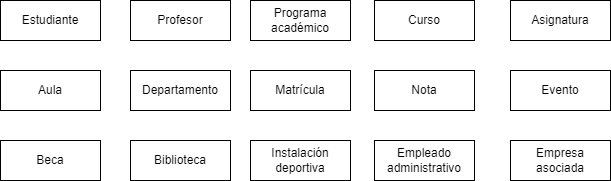
Above: modelo-er/Modelo ER.drawio.png in RafaelMayor/proyectoBBDD (draw.io), before the change. Source tidied: cells renumbered, new cells last; positions are measured from the earlier drawing's top-left corner, leaving out a move shared by most shapes.
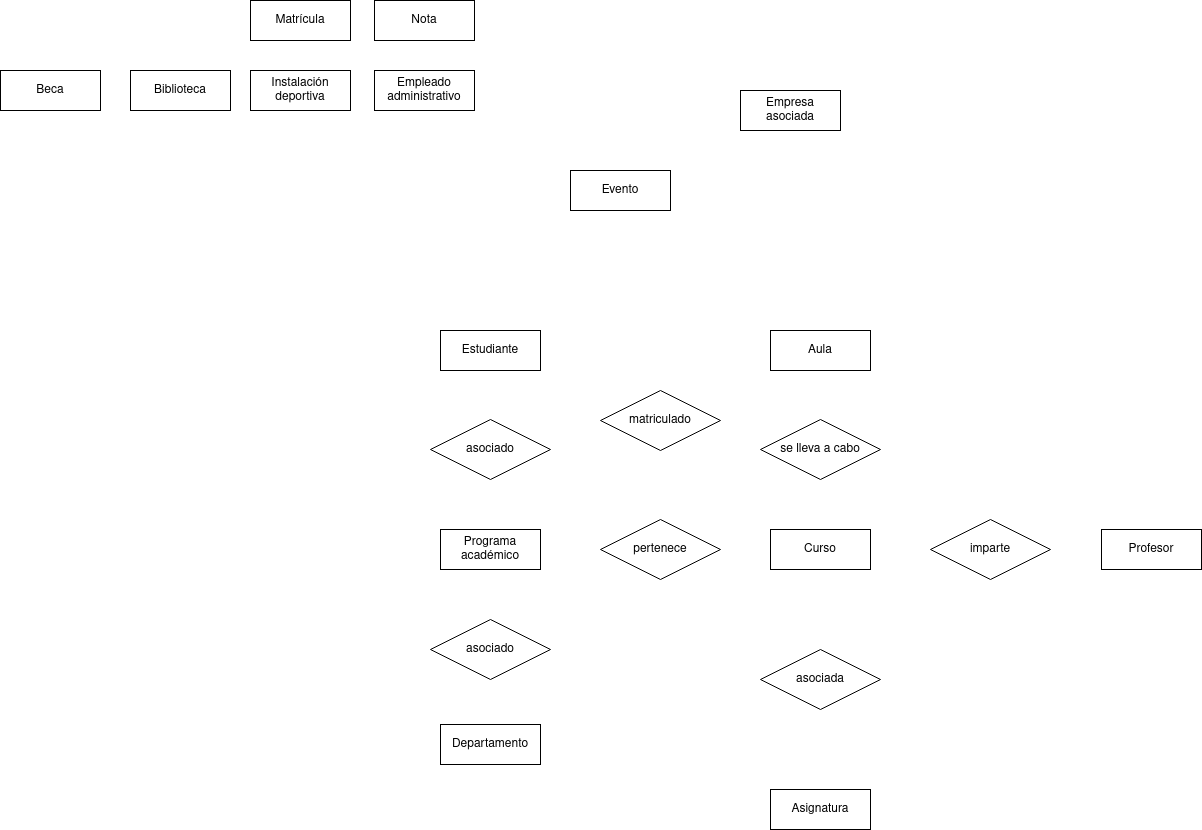
The same file after the commit.

What changed in the source:
```diff
@@ -3,25 +3,25 @@
     <mxCell id="0" />
     <mxCell id="1" parent="0" />
     <mxCell id="2" value="Estudiante" style="whiteSpace=wrap;html=1;align=center;" parent="1" vertex="1">
-      <mxGeometry width="100" height="40" as="geometry" />
+      <mxGeometry x="440" y="400" width="100" height="40" as="geometry" />
     </mxCell>
     <mxCell id="3" value="Profesor" style="whiteSpace=wrap;html=1;align=center;" parent="1" vertex="1">
-      <mxGeometry x="130" width="100" height="40" as="geometry" />
+      <mxGeometry x="1101" y="599" width="100" height="40" as="geometry" />
     </mxCell>
     <mxCell id="4" value="Programa académico" style="whiteSpace=wrap;html=1;align=center;" parent="1" vertex="1">
-      <mxGeometry x="250" width="100" height="40" as="geometry" />
+      <mxGeometry x="440" y="599" width="100" height="40" as="geometry" />
     </mxCell>
     <mxCell id="5" value="Curso" style="whiteSpace=wrap;html=1;align=center;" parent="1" vertex="1">
-      <mxGeometry x="374" width="100" height="40" as="geometry" />
+      <mxGeometry x="770" y="599" width="100" height="40" as="geometry" />
     </mxCell>
     <mxCell id="6" value="Asignatura" style="whiteSpace=wrap;html=1;align=center;" parent="1" vertex="1">
-      <mxGeometry x="510" width="100" height="40" as="geometry" />
+      <mxGeometry x="770" y="859" width="100" height="40" as="geometry" />
     </mxCell>
     <mxCell id="7" value="Aula" style="whiteSpace=wrap;html=1;align=center;" parent="1" vertex="1">
-      <mxGeometry y="70" width="100" height="40" as="geometry" />
+      <mxGeometry x="770" y="400" width="100" height="40" as="geometry" />
     </mxCell>
     <mxCell id="8" value="Departamento" style="whiteSpace=wrap;html=1;align=center;" parent="1" vertex="1">
-      <mxGeometry x="130" y="70" width="100" height="40" as="geometry" />
+      <mxGeometry x="440" y="794" width="100" height="40" as="geometry" />
     </mxCell>
     <mxCell id="9" value="Matrícula" style="whiteSpace=wrap;html=1;align=center;" parent="1" vertex="1">
       <mxGeometry x="250" y="70" width="100" height="40" as="geometry" />
@@ -30,7 +30,7 @@
       <mxGeometry x="374" y="70" width="100" height="40" as="geometry" />
     </mxCell>
     <mxCell id="11" value="Evento" style="whiteSpace=wrap;html=1;align=center;" parent="1" vertex="1">
-      <mxGeometry x="510" y="70" width="100" height="40" as="geometry" />
+      <mxGeometry x="570" y="240" width="100" height="40" as="geometry" />
     </mxCell>
     <mxCell id="12" value="Beca" style="whiteSpace=wrap;html=1;align=center;" parent="1" vertex="1">
       <mxGeometry y="140" width="100" height="40" as="geometry" />
@@ -45,7 +45,28 @@
       <mxGeometry x="374" y="140" width="100" height="40" as="geometry" />
     </mxCell>
     <mxCell id="16" value="Empresa asociada" style="whiteSpace=wrap;html=1;align=center;" parent="1" vertex="1">
-      <mxGeometry x="510" y="140" width="100" height="40" as="geometry" />
+      <mxGeometry x="740" y="160" width="100" height="40" as="geometry" />
     </mxCell>
+    <mxCell id="17" value="asociado" style="shape=rhombus;perimeter=rhombusPerimeter;whiteSpace=wrap;html=1;align=center;" parent="1" vertex="1">
+      <mxGeometry x="430" y="489" width="120" height="60" as="geometry" />
+    </mxCell>
+    <mxCell id="18" value="pertenece" style="shape=rhombus;perimeter=rhombusPerimeter;whiteSpace=wrap;html=1;align=center;" parent="1" vertex="1">
+      <mxGeometry x="600" y="589" width="120" height="60" as="geometry" />
+    </mxCell>
+    <mxCell id="19" value="imparte" style="shape=rhombus;perimeter=rhombusPerimeter;whiteSpace=wrap;html=1;align=center;" parent="1" vertex="1">
+      <mxGeometry x="930" y="589" width="120" height="60" as="geometry" />
+    </mxCell>
+    <mxCell id="20" value="asociada" style="shape=rhombus;perimeter=rhombusPerimeter;whiteSpace=wrap;html=1;align=center;" parent="1" vertex="1">
+      <mxGeometry x="760" y="719" width="120" height="60" as="geometry" />
+    </mxCell>
+    <mxCell id="21" value="se lleva a cabo" style="shape=rhombus;perimeter=rhombusPerimeter;whiteSpace=wrap;html=1;align=center;" parent="1" vertex="1">
+      <mxGeometry x="760" y="489" width="120" height="60" as="geometry" />
+    </mxCell>
+    <mxCell id="22" value="asociado" style="shape=rhombus;perimeter=rhombusPerimeter;whiteSpace=wrap;html=1;align=center;" parent="1" vertex="1">
+      <mxGeometry x="430" y="689" width="120" height="60" as="geometry" />
+    </mxCell>
+    <mxCell id="23" value="matriculado" style="shape=rhombus;perimeter=rhombusPerimeter;whiteSpace=wrap;html=1;align=center;" parent="1" vertex="1">
+      <mxGeometry x="600" y="460" width="120" height="60" as="geometry" />
+    </mxCell>
   </root>
 </mxGraphModel>
```
